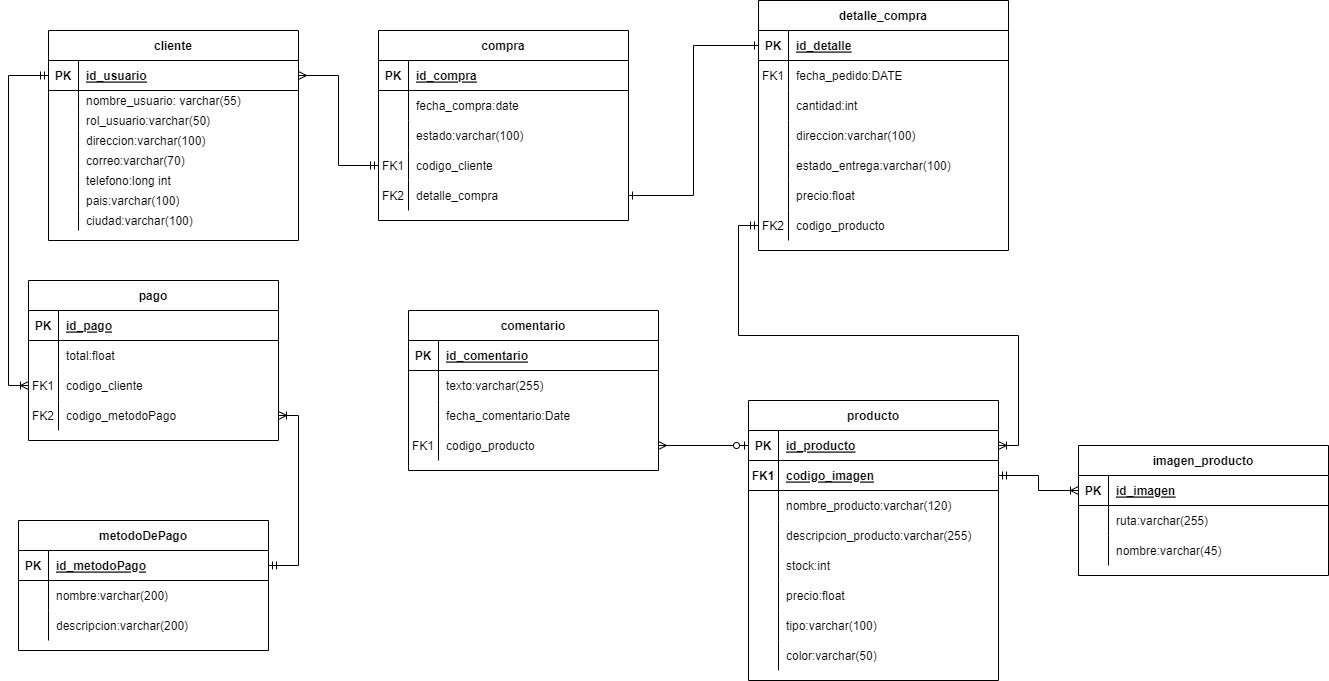
Before: documentacion/diagramas/modeloRelacional.drawio.png, a diagram exported from draw.io (DRK-V/BikeStore). Source tidied: cells renumbered, new cells last; positions are measured from the earlier drawing's top-left corner, leaving out a move shared by most shapes.
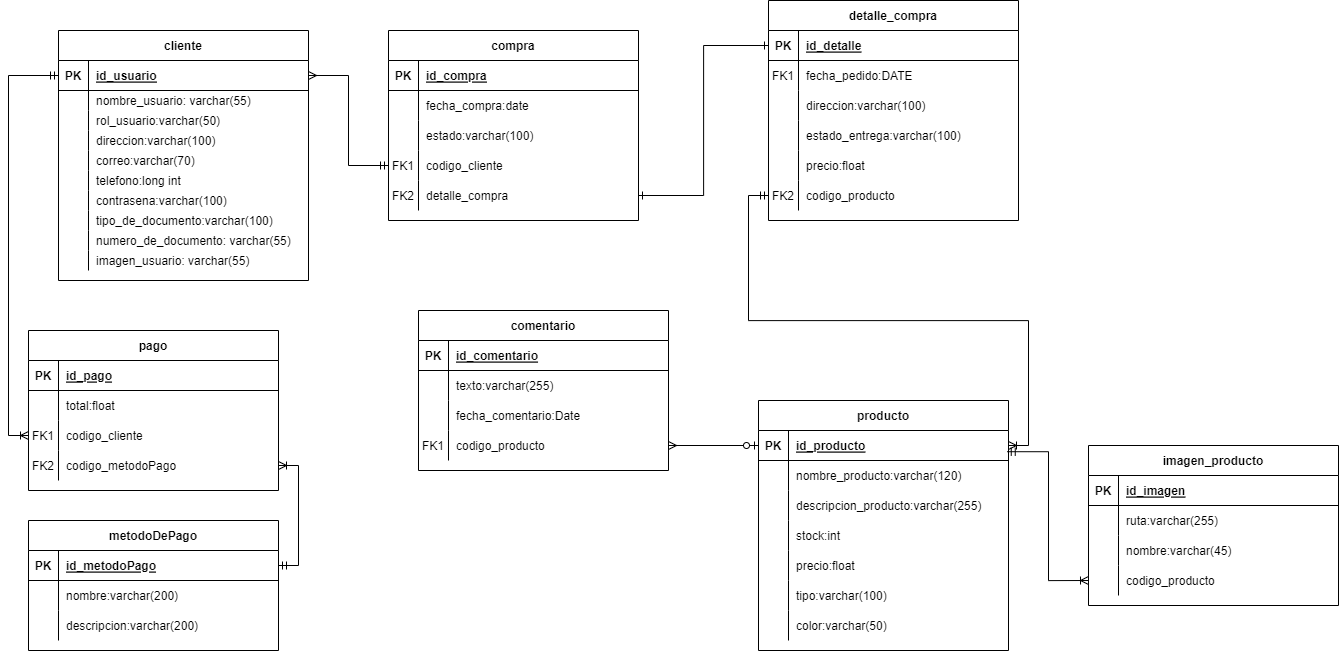
The same diagram one commit later.

The edit, as a diff of the source:
```diff
@@ -51,7 +51,7 @@
       <mxGeometry x="30" width="220" height="30" as="geometry" />
     </mxCell>
     <mxCell id="18" value="detalle_compra" style="shape=table;startSize=30;rowLines=0;fontStyle=1;align=center;" parent="1" vertex="1">
-      <mxGeometry x="740" width="250" height="250" as="geometry" />
+      <mxGeometry x="740" width="250" height="220" as="geometry" />
     </mxCell>
     <mxCell id="19" style="shape=partialRectangle;fillColor=none;points=[[0,0.5],[1,0.5]];portConstraint=eastwest;top=0;left=0;right=0;bottom=1;" parent="18" vertex="1">
       <mxGeometry y="30" width="250" height="30" as="geometry" />
@@ -71,17 +71,8 @@
     <mxCell id="24" value="fecha_pedido:DATE" style="shape=partialRectangle;overflow=hidden;fillColor=none;top=0;left=0;bottom=0;right=0;align=left;spacingLeft=6;" parent="22" vertex="1">
       <mxGeometry x="30" width="220" height="30" as="geometry" />
     </mxCell>
-    <mxCell id="25" style="shape=partialRectangle;fillColor=none;top=0;left=0;right=0;bottom=0;" parent="18" vertex="1">
-      <mxGeometry y="90" width="250" height="30" as="geometry" />
-    </mxCell>
-    <mxCell id="26" style="shape=partialRectangle;overflow=hidden;fillColor=none;top=0;left=0;bottom=0;right=0;" parent="25" vertex="1">
-      <mxGeometry width="30" height="30" as="geometry" />
-    </mxCell>
-    <mxCell id="27" value="cantidad:int" style="shape=partialRectangle;overflow=hidden;fillColor=none;top=0;left=0;bottom=0;right=0;align=left;spacingLeft=6;" parent="25" vertex="1">
-      <mxGeometry x="30" width="220" height="30" as="geometry" />
-    </mxCell>
     <mxCell id="28" style="shape=partialRectangle;fillColor=none;top=0;left=0;right=0;bottom=0;" parent="18" vertex="1">
-      <mxGeometry y="120" width="250" height="30" as="geometry" />
+      <mxGeometry y="90" width="250" height="30" as="geometry" />
     </mxCell>
     <mxCell id="29" style="shape=partialRectangle;overflow=hidden;fillColor=none;top=0;left=0;bottom=0;right=0;" parent="28" vertex="1">
       <mxGeometry width="30" height="30" as="geometry" />
@@ -90,7 +81,7 @@
       <mxGeometry x="30" width="220" height="30" as="geometry" />
     </mxCell>
     <mxCell id="31" style="shape=partialRectangle;fillColor=none;top=0;left=0;right=0;bottom=0;" parent="18" vertex="1">
-      <mxGeometry y="150" width="250" height="30" as="geometry" />
+      <mxGeometry y="120" width="250" height="30" as="geometry" />
     </mxCell>
     <mxCell id="32" style="shape=partialRectangle;overflow=hidden;fillColor=none;top=0;left=0;bottom=0;right=0;" parent="31" vertex="1">
       <mxGeometry width="30" height="30" as="geometry" />
@@ -99,7 +90,7 @@
       <mxGeometry x="30" width="220" height="30" as="geometry" />
     </mxCell>
     <mxCell id="34" style="shape=partialRectangle;fillColor=none;top=0;left=0;right=0;bottom=0;" parent="18" vertex="1">
-      <mxGeometry y="180" width="250" height="30" as="geometry" />
+      <mxGeometry y="150" width="250" height="30" as="geometry" />
     </mxCell>
     <mxCell id="35" style="shape=partialRectangle;overflow=hidden;fillColor=none;top=0;left=0;bottom=0;right=0;" parent="34" vertex="1">
       <mxGeometry width="30" height="30" as="geometry" />
@@ -108,7 +99,7 @@
       <mxGeometry x="30" width="220" height="30" as="geometry" />
     </mxCell>
     <mxCell id="37" style="shape=partialRectangle;fillColor=none;points=[[0,0.5],[1,0.5]];portConstraint=eastwest;top=0;left=0;right=0;bottom=0;" parent="18" vertex="1">
-      <mxGeometry y="210" width="250" height="30" as="geometry" />
+      <mxGeometry y="180" width="250" height="30" as="geometry" />
     </mxCell>
     <mxCell id="38" value="FK2" style="shape=partialRectangle;overflow=hidden;fillColor=none;top=0;left=0;bottom=0;right=0;" parent="37" vertex="1">
       <mxGeometry width="30" height="30" as="geometry" />
@@ -117,7 +108,7 @@
       <mxGeometry x="30" width="220" height="30" as="geometry" />
     </mxCell>
     <mxCell id="40" value="cliente" style="shape=table;startSize=30;rowLines=0;fontStyle=1;align=center;" parent="1" vertex="1">
-      <mxGeometry x="30" y="30" width="250" height="210" as="geometry" />
+      <mxGeometry x="30" y="30" width="250" height="250" as="geometry" />
     </mxCell>
     <mxCell id="41" style="shape=partialRectangle;fillColor=none;points=[[0,0.5],[1,0.5]];portConstraint=eastwest;top=0;left=0;right=0;bottom=1;" parent="40" vertex="1">
       <mxGeometry y="30" width="250" height="30" as="geometry" />
@@ -179,7 +170,7 @@
     <mxCell id="60" style="shape=partialRectangle;overflow=hidden;fillColor=none;top=0;left=0;bottom=0;right=0;" parent="59" vertex="1">
       <mxGeometry width="30" height="20" as="geometry" />
     </mxCell>
-    <mxCell id="61" value="pais:varchar(100)" style="shape=partialRectangle;overflow=hidden;fillColor=none;top=0;left=0;bottom=0;right=0;align=left;spacingLeft=6;" parent="59" vertex="1">
+    <mxCell id="61" value="contrasena:varchar(100)" style="shape=partialRectangle;overflow=hidden;fillColor=none;top=0;left=0;bottom=0;right=0;align=left;spacingLeft=6;" parent="59" vertex="1">
       <mxGeometry x="30" width="220" height="20" as="geometry" />
     </mxCell>
     <mxCell id="62" style="shape=partialRectangle;fillColor=none;top=0;left=0;right=0;bottom=0;" parent="40" vertex="1">
@@ -188,9 +179,27 @@
     <mxCell id="63" style="shape=partialRectangle;overflow=hidden;fillColor=none;top=0;left=0;bottom=0;right=0;" parent="62" vertex="1">
       <mxGeometry width="30" height="20" as="geometry" />
     </mxCell>
-    <mxCell id="64" value="ciudad:varchar(100)" style="shape=partialRectangle;overflow=hidden;fillColor=none;top=0;left=0;bottom=0;right=0;align=left;spacingLeft=6;" parent="62" vertex="1">
+    <mxCell id="64" value="tipo_de_documento:varchar(100)" style="shape=partialRectangle;overflow=hidden;fillColor=none;top=0;left=0;bottom=0;right=0;align=left;spacingLeft=6;" parent="62" vertex="1">
       <mxGeometry x="30" width="220" height="20" as="geometry" />
     </mxCell>
+    <mxCell id="143" style="shape=partialRectangle;fillColor=none;top=0;left=0;right=0;bottom=0;" parent="40" vertex="1">
+      <mxGeometry y="200" width="250" height="20" as="geometry" />
+    </mxCell>
+    <mxCell id="144" style="shape=partialRectangle;overflow=hidden;fillColor=none;top=0;left=0;bottom=0;right=0;" parent="143" vertex="1">
+      <mxGeometry width="30" height="20" as="geometry" />
+    </mxCell>
+    <mxCell id="145" value="numero_de_documento: varchar(55)" style="shape=partialRectangle;overflow=hidden;fillColor=none;top=0;left=0;bottom=0;right=0;align=left;spacingLeft=6;" parent="143" vertex="1">
+      <mxGeometry x="30" width="220" height="20" as="geometry" />
+    </mxCell>
+    <mxCell id="146" style="shape=partialRectangle;fillColor=none;top=0;left=0;right=0;bottom=0;" parent="40" vertex="1">
+      <mxGeometry y="220" width="250" height="20" as="geometry" />
+    </mxCell>
+    <mxCell id="147" style="shape=partialRectangle;overflow=hidden;fillColor=none;top=0;left=0;bottom=0;right=0;" parent="146" vertex="1">
+      <mxGeometry width="30" height="20" as="geometry" />
+    </mxCell>
+    <mxCell id="148" value="imagen_usuario: varchar(55)" style="shape=partialRectangle;overflow=hidden;fillColor=none;top=0;left=0;bottom=0;right=0;align=left;spacingLeft=6;" parent="146" vertex="1">
+      <mxGeometry x="30" width="220" height="20" as="geometry" />
+    </mxCell>
     <mxCell id="65" value="metodoDePago" style="shape=table;startSize=30;rowLines=0;fontStyle=1;align=center;" parent="1" vertex="1">
       <mxGeometry y="520" width="250" height="130" as="geometry" />
     </mxCell>
@@ -222,7 +231,7 @@
       <mxGeometry x="30" width="220" height="30" as="geometry" />
     </mxCell>
     <mxCell id="75" value="pago" style="shape=table;startSize=30;rowLines=0;fontStyle=1;align=center;" parent="1" vertex="1">
-      <mxGeometry x="10" y="280" width="250" height="160" as="geometry" />
+      <mxGeometry y="330" width="250" height="160" as="geometry" />
     </mxCell>
     <mxCell id="76" style="shape=partialRectangle;fillColor=none;top=0;left=0;right=0;bottom=1;" parent="75" vertex="1">
       <mxGeometry y="30" width="250" height="30" as="geometry" />
@@ -300,7 +309,7 @@
       <mxGeometry x="30" width="220" height="30" as="geometry" />
     </mxCell>
     <mxCell id="101" value="producto" style="shape=table;startSize=30;rowLines=0;fontStyle=1;align=center;" parent="1" vertex="1">
-      <mxGeometry x="730" y="400" width="250" height="280" as="geometry" />
+      <mxGeometry x="730" y="400" width="250" height="250" as="geometry" />
     </mxCell>
     <mxCell id="102" style="shape=partialRectangle;fillColor=none;points=[[0,0.5],[1,0.5]];portConstraint=eastwest;top=0;left=0;right=0;bottom=1;" parent="101" vertex="1">
       <mxGeometry y="30" width="250" height="30" as="geometry" />
@@ -311,17 +320,8 @@
     <mxCell id="104" value="id_producto" style="shape=partialRectangle;overflow=hidden;fillColor=none;top=0;left=0;bottom=0;right=0;align=left;spacingLeft=6;fontStyle=5;" parent="102" vertex="1">
       <mxGeometry x="30" width="220" height="30" as="geometry" />
     </mxCell>
-    <mxCell id="105" style="shape=partialRectangle;fillColor=none;points=[[0,0.5],[1,0.5]];portConstraint=eastwest;top=0;left=0;right=0;bottom=1;" parent="101" vertex="1">
-      <mxGeometry y="60" width="250" height="30" as="geometry" />
-    </mxCell>
-    <mxCell id="106" value="FK1" style="shape=partialRectangle;overflow=hidden;fillColor=none;top=0;left=0;bottom=0;right=0;fontStyle=1;" parent="105" vertex="1">
-      <mxGeometry width="30" height="30" as="geometry" />
-    </mxCell>
-    <mxCell id="107" value="codigo_imagen" style="shape=partialRectangle;overflow=hidden;fillColor=none;top=0;left=0;bottom=0;right=0;align=left;spacingLeft=6;fontStyle=5;" parent="105" vertex="1">
-      <mxGeometry x="30" width="220" height="30" as="geometry" />
-    </mxCell>
     <mxCell id="108" style="shape=partialRectangle;fillColor=none;top=0;left=0;right=0;bottom=0;" parent="101" vertex="1">
-      <mxGeometry y="90" width="250" height="30" as="geometry" />
+      <mxGeometry y="60" width="250" height="30" as="geometry" />
     </mxCell>
     <mxCell id="109" style="shape=partialRectangle;overflow=hidden;fillColor=none;top=0;left=0;bottom=0;right=0;" parent="108" vertex="1">
       <mxGeometry width="30" height="30" as="geometry" />
@@ -330,7 +330,7 @@
       <mxGeometry x="30" width="220" height="30" as="geometry" />
     </mxCell>
     <mxCell id="111" style="shape=partialRectangle;fillColor=none;top=0;left=0;right=0;bottom=0;" parent="101" vertex="1">
-      <mxGeometry y="120" width="250" height="30" as="geometry" />
+      <mxGeometry y="90" width="250" height="30" as="geometry" />
     </mxCell>
     <mxCell id="112" style="shape=partialRectangle;overflow=hidden;fillColor=none;top=0;left=0;bottom=0;right=0;" parent="111" vertex="1">
       <mxGeometry width="30" height="30" as="geometry" />
@@ -339,7 +339,7 @@
       <mxGeometry x="30" width="220" height="30" as="geometry" />
     </mxCell>
     <mxCell id="114" style="shape=partialRectangle;fillColor=none;top=0;left=0;right=0;bottom=0;" parent="101" vertex="1">
-      <mxGeometry y="150" width="250" height="30" as="geometry" />
+      <mxGeometry y="120" width="250" height="30" as="geometry" />
     </mxCell>
     <mxCell id="115" style="shape=partialRectangle;overflow=hidden;fillColor=none;top=0;left=0;bottom=0;right=0;" parent="114" vertex="1">
       <mxGeometry width="30" height="30" as="geometry" />
@@ -348,7 +348,7 @@
       <mxGeometry x="30" width="220" height="30" as="geometry" />
     </mxCell>
     <mxCell id="117" style="shape=partialRectangle;fillColor=none;top=0;left=0;right=0;bottom=0;" parent="101" vertex="1">
-      <mxGeometry y="180" width="250" height="30" as="geometry" />
+      <mxGeometry y="150" width="250" height="30" as="geometry" />
     </mxCell>
     <mxCell id="118" style="shape=partialRectangle;overflow=hidden;fillColor=none;top=0;left=0;bottom=0;right=0;" parent="117" vertex="1">
       <mxGeometry width="30" height="30" as="geometry" />
@@ -357,7 +357,7 @@
       <mxGeometry x="30" width="220" height="30" as="geometry" />
     </mxCell>
     <mxCell id="120" style="shape=partialRectangle;fillColor=none;top=0;left=0;right=0;bottom=0;" parent="101" vertex="1">
-      <mxGeometry y="210" width="250" height="30" as="geometry" />
+      <mxGeometry y="180" width="250" height="30" as="geometry" />
     </mxCell>
     <mxCell id="121" style="shape=partialRectangle;overflow=hidden;fillColor=none;top=0;left=0;bottom=0;right=0;" parent="120" vertex="1">
       <mxGeometry width="30" height="30" as="geometry" />
@@ -366,7 +366,7 @@
       <mxGeometry x="30" width="220" height="30" as="geometry" />
     </mxCell>
     <mxCell id="123" style="shape=partialRectangle;fillColor=none;top=0;left=0;right=0;bottom=0;" parent="101" vertex="1">
-      <mxGeometry y="240" width="250" height="30" as="geometry" />
+      <mxGeometry y="210" width="250" height="30" as="geometry" />
     </mxCell>
     <mxCell id="124" style="shape=partialRectangle;overflow=hidden;fillColor=none;top=0;left=0;bottom=0;right=0;" parent="123" vertex="1">
       <mxGeometry width="30" height="30" as="geometry" />
@@ -393,7 +393,7 @@
       <mxGeometry relative="1" as="geometry" />
     </mxCell>
     <mxCell id="132" value="imagen_producto" style="shape=table;startSize=30;rowLines=0;fontStyle=1;align=center;" parent="1" vertex="1">
-      <mxGeometry x="1060" y="445" width="250" height="130" as="geometry" />
+      <mxGeometry x="1060" y="445" width="250" height="160" as="geometry" />
     </mxCell>
     <mxCell id="133" style="shape=partialRectangle;fillColor=none;points=[[0,0.5],[1,0.5]];portConstraint=eastwest;top=0;left=0;right=0;bottom=1;" parent="132" vertex="1">
       <mxGeometry y="30" width="250" height="30" as="geometry" />
@@ -422,7 +422,16 @@
     <mxCell id="141" value="nombre:varchar(45)" style="shape=partialRectangle;overflow=hidden;fillColor=none;top=0;left=0;bottom=0;right=0;align=left;spacingLeft=6;" parent="139" vertex="1">
       <mxGeometry x="30" width="220" height="30" as="geometry" />
     </mxCell>
+    <mxCell id="149" style="shape=partialRectangle;fillColor=none;points=[[0,0.5],[1,0.5]];portConstraint=eastwest;top=0;left=0;right=0;bottom=0;" parent="132" vertex="1">
+      <mxGeometry y="120" width="250" height="30" as="geometry" />
+    </mxCell>
+    <mxCell id="26" style="shape=partialRectangle;overflow=hidden;fillColor=none;top=0;left=0;bottom=0;right=0;" parent="149" vertex="1">
+      <mxGeometry width="30" height="30" as="geometry" />
+    </mxCell>
+    <mxCell id="150" value="codigo_producto" style="shape=partialRectangle;overflow=hidden;fillColor=none;top=0;left=0;bottom=0;right=0;align=left;spacingLeft=6;" parent="149" vertex="1">
+      <mxGeometry x="30" width="220" height="30" as="geometry" />
+    </mxCell>
-    <mxCell id="142" style="edgeStyle=orthogonalEdgeStyle;rounded=0;jettySize=auto;html=1;entryX=0;entryY=0.5;entryDx=0;entryDy=0;endArrow=ERoneToMany;endFill=0;startArrow=ERmandOne;startFill=0;" parent="1" edge="1" source="105" target="133">
+    <mxCell id="142" style="edgeStyle=orthogonalEdgeStyle;rounded=0;jettySize=auto;html=1;entryX=0;entryY=0.5;entryDx=0;entryDy=0;endArrow=ERoneToMany;endFill=0;startArrow=ERmandOne;startFill=0;exitX=0.995;exitY=0.707;exitDx=0;exitDy=0;exitPerimeter=0;" parent="1" edge="1" source="102" target="149">
       <mxGeometry relative="1" as="geometry" />
     </mxCell>
   </root>
```
